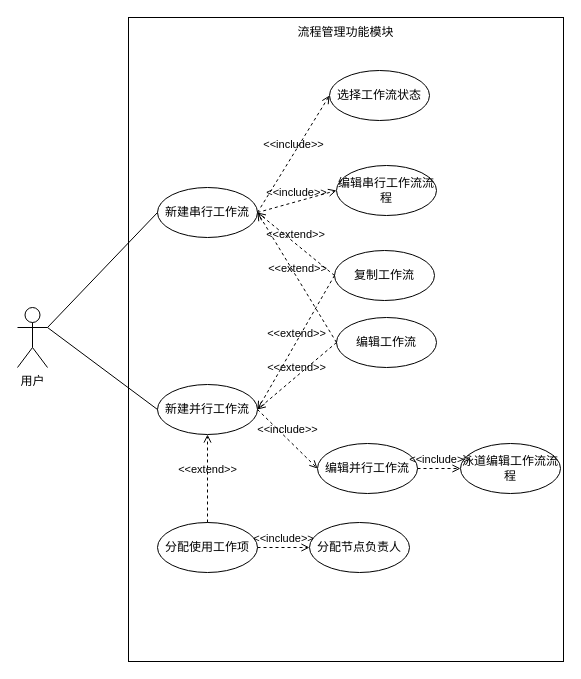
The draw.io diagram 流程管理模块用例图.drawio in qf2020/drawio, before the edit. Source tidied: cells renumbered, new cells numbered last; positions are measured from the earlier drawing's top-left corner, leaving out a move shared by most shapes. Both pictures are drawn from the tidied source at 100%, with x=0, y=0 at pixel (17, 17).
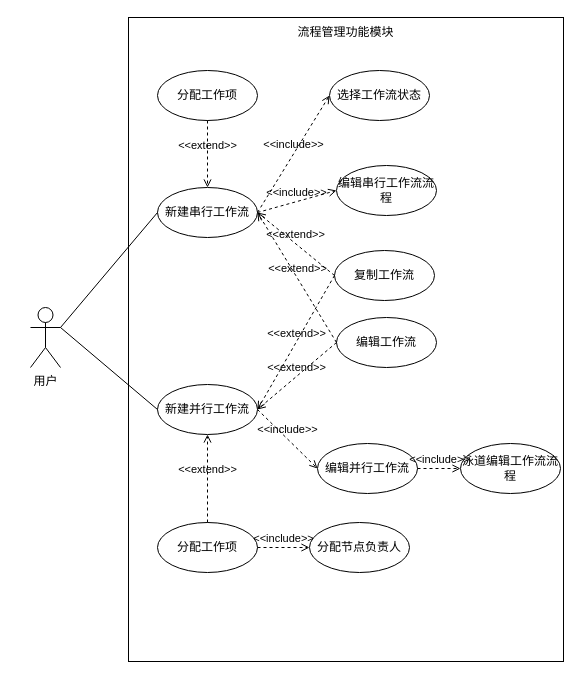
The same diagram, later.

Commit message (it also covers changes not shown here):
更新流程管理模块用例图.drawio

Unchanged cells that the change refers to:
```xml
<mxCell id="6" value="新建串行工作流" style="ellipse;whiteSpace=wrap;html=1;" parent="1" vertex="1">
  <mxGeometry x="140" y="170" width="100" height="50" as="geometry" />
</mxCell>
```

The edit, as a diff of the source:
```diff
@@
     <mxCell id="2" value="用户" style="shape=umlActor;verticalLabelPosition=bottom;verticalAlign=top;html=1;" parent="1" vertex="1">
-      <mxGeometry y="290" width="30" height="60" as="geometry" />
+      <mxGeometry x="13" y="290" width="30" height="60" as="geometry" />
     </mxCell>
@@
-    <mxCell id="24" value="分配使用工作项" style="ellipse;whiteSpace=wrap;html=1;" parent="1" vertex="1">
+    <mxCell id="24" value="分配工作项" style="ellipse;whiteSpace=wrap;html=1;" parent="1" vertex="1">
       <mxGeometry x="140" y="505" width="100" height="50" as="geometry" />
     </mxCell>
@@
+    <mxCell id="27" value="分配工作项" style="ellipse;whiteSpace=wrap;html=1;" parent="1" vertex="1">
+      <mxGeometry x="140" y="53" width="100" height="50" as="geometry" />
+    </mxCell>
+    <mxCell id="28" value="&amp;lt;&amp;lt;extend&amp;gt;&amp;gt;" style="html=1;verticalAlign=bottom;labelBackgroundColor=none;endArrow=open;endFill=0;dashed=1;rounded=0;entryX=0.5;entryY=0;entryDx=0;entryDy=0;exitX=0.5;exitY=1;exitDx=0;exitDy=0;" parent="1" edge="1" source="27" target="6">
+      <mxGeometry relative="1" as="geometry" />
+    </mxCell>
```
